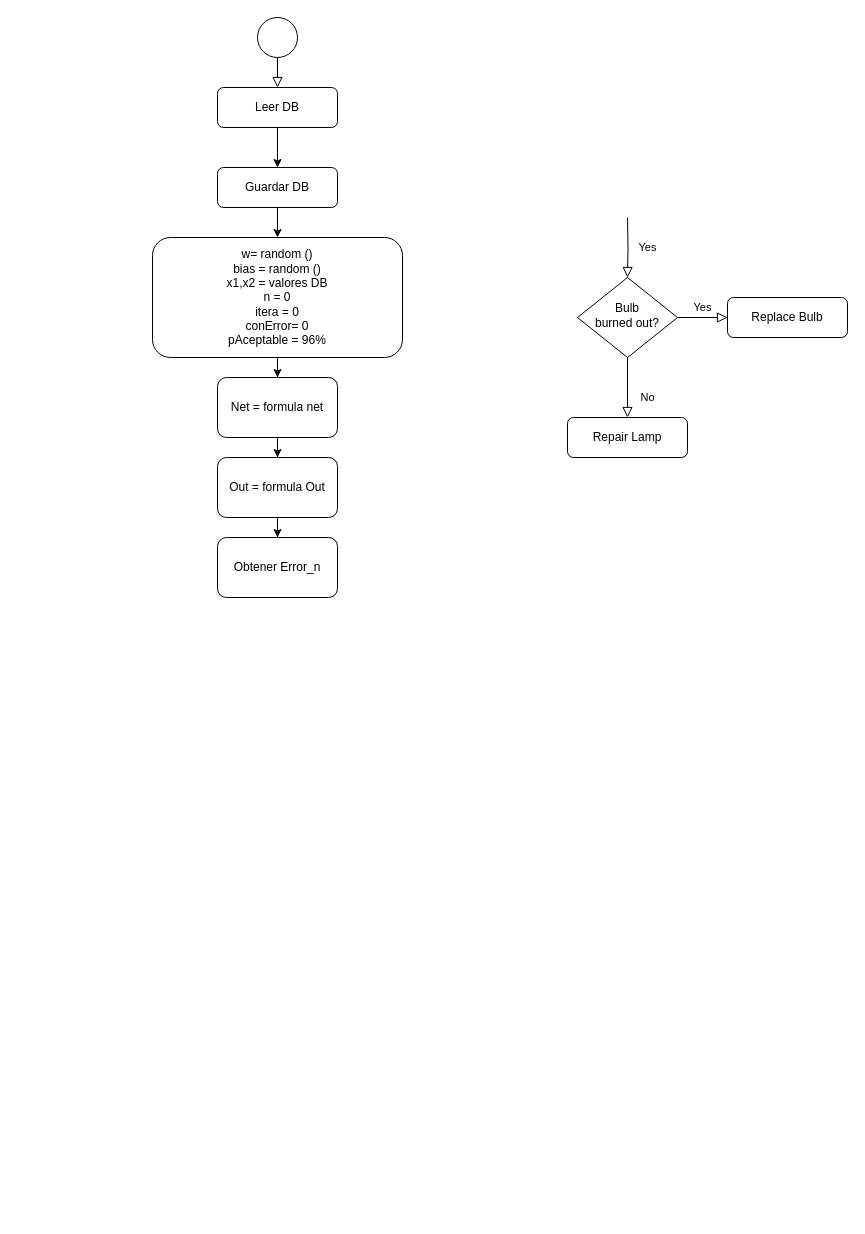
Earlier version of the draw.io diagram Perceptron.drawio (HansO46/DeepLearning). Source tidied: cells renumbered, new cells numbered last; positions are measured from the earlier drawing's top-left corner, leaving out a move shared by most shapes. Both pictures are drawn from the tidied source at 100%, with x=0, y=0 at pixel (152, 17).
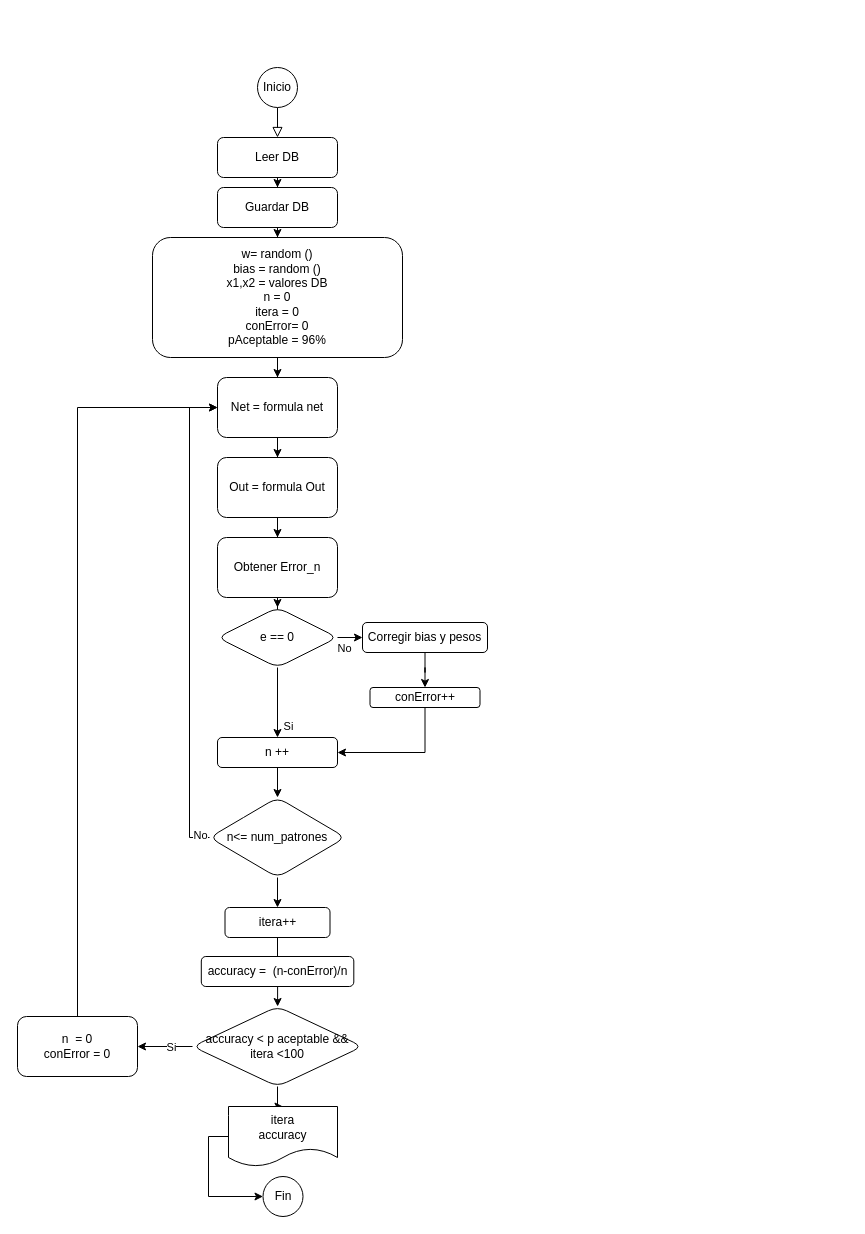
Above is the later version.

Unchanged cells that the change refers to:
```xml
<mxCell id="17" value="Net = formula net" style="whiteSpace=wrap;html=1;rounded=1;" parent="1" vertex="1">
  <mxGeometry x="65" y="360" width="120" height="60" as="geometry" />
</mxCell>
<mxCell id="20" value="Obtener Error_n" style="whiteSpace=wrap;html=1;rounded=1;" parent="1" vertex="1">
  <mxGeometry x="65" y="520" width="120" height="60" as="geometry" />
</mxCell>
```

Diff of the diagram source:
```diff
@@
-    <mxCell id="3" value="Yes" style="rounded=0;html=1;jettySize=auto;fontSize=11;endArrow=block;endFill=0;endSize=8;strokeWidth=1;shadow=0;labelBackgroundColor=none;edgeStyle=orthogonalEdgeStyle;" parent="1" edge="1" target="8">
-      <mxGeometry y="20" relative="1" as="geometry">
-        <mxPoint x="475" y="200" as="sourcePoint" />
-      </mxGeometry>
-    </mxCell>
@@
     <mxCell id="5" value="Leer DB" style="rounded=1;whiteSpace=wrap;html=1;fontSize=12;glass=0;strokeWidth=1;shadow=0;" parent="1" vertex="1">
-      <mxGeometry x="65" y="70" width="120" height="40" as="geometry" />
+      <mxGeometry x="65" y="120" width="120" height="40" as="geometry" />
     </mxCell>
-    <mxCell id="6" value="No" style="rounded=0;html=1;jettySize=auto;fontSize=11;endArrow=block;endFill=0;endSize=8;strokeWidth=1;shadow=0;labelBackgroundColor=none;edgeStyle=orthogonalEdgeStyle;" parent="1" edge="1" source="8" target="9">
-      <mxGeometry x="0.33" y="20" relative="1" as="geometry" />
-    </mxCell>
-    <mxCell id="7" value="Yes" style="edgeStyle=orthogonalEdgeStyle;rounded=0;html=1;jettySize=auto;fontSize=11;endArrow=block;endFill=0;endSize=8;strokeWidth=1;shadow=0;labelBackgroundColor=none;" parent="1" edge="1" source="8" target="10">
-      <mxGeometry y="10" relative="1" as="geometry" />
-    </mxCell>
-    <mxCell id="8" value="Bulb&lt;br&gt;burned out?" style="rhombus;whiteSpace=wrap;html=1;shadow=0;fontFamily=Helvetica;fontSize=12;align=center;strokeWidth=1;spacing=6;spacingTop=-4;" parent="1" vertex="1">
-      <mxGeometry x="425" y="260" width="100" height="80" as="geometry" />
-    </mxCell>
-    <mxCell id="9" value="Repair Lamp" style="rounded=1;whiteSpace=wrap;html=1;fontSize=12;glass=0;strokeWidth=1;shadow=0;" parent="1" vertex="1">
-      <mxGeometry x="415" y="400" width="120" height="40" as="geometry" />
-    </mxCell>
-    <mxCell id="10" value="Replace Bulb" style="rounded=1;whiteSpace=wrap;html=1;fontSize=12;glass=0;strokeWidth=1;shadow=0;" parent="1" vertex="1">
-      <mxGeometry x="575" y="280" width="120" height="40" as="geometry" />
-    </mxCell>
-    <mxCell id="11" style="ellipse;whiteSpace=wrap;html=1;" parent="1" vertex="1">
-      <mxGeometry x="105" width="40" height="40" as="geometry" />
+    <mxCell id="11" value="Inicio" style="ellipse;whiteSpace=wrap;html=1;" parent="1" vertex="1">
+      <mxGeometry x="105" y="50" width="40" height="40" as="geometry" />
     </mxCell>
@@
     <mxCell id="13" value="Guardar DB" style="rounded=1;whiteSpace=wrap;html=1;" parent="1" vertex="1">
-      <mxGeometry x="65" y="150" width="120" height="40" as="geometry" />
+      <mxGeometry x="65" y="170" width="120" height="40" as="geometry" />
     </mxCell>
@@
+    <mxCell id="21" style="edgeStyle=orthogonalEdgeStyle;rounded=0;jettySize=auto;html=1;" parent="1" edge="1" source="20" target="26">
+      <mxGeometry relative="1" as="geometry" />
+    </mxCell>
@@
+    <mxCell id="22" style="edgeStyle=orthogonalEdgeStyle;rounded=0;jettySize=auto;html=1;" parent="1" edge="1" source="26" target="28">
+      <mxGeometry relative="1" as="geometry" />
+    </mxCell>
+    <mxCell id="23" value="Si" style="edgeLabel;html=1;align=center;verticalAlign=middle;" parent="22" vertex="1">
+      <mxGeometry x="0.57" y="2" relative="1" as="geometry">
+        <mxPoint x="8" y="3" as="offset" />
+      </mxGeometry>
+    </mxCell>
+    <mxCell id="24" style="edgeStyle=orthogonalEdgeStyle;rounded=0;jettySize=auto;html=1;" parent="1" edge="1" source="26" target="34">
+      <mxGeometry relative="1" as="geometry" />
+    </mxCell>
+    <mxCell id="25" value="No" style="edgeLabel;html=1;align=center;verticalAlign=middle;" parent="24" vertex="1">
+      <mxGeometry x="-0.76" y="1" relative="1" as="geometry">
+        <mxPoint x="-1" y="11" as="offset" />
+      </mxGeometry>
+    </mxCell>
+    <mxCell id="26" value="e == 0" style="rhombus;whiteSpace=wrap;html=1;rounded=1;" parent="1" vertex="1">
+      <mxGeometry x="65" y="590" width="120" height="60" as="geometry" />
+    </mxCell>
+    <mxCell id="27" style="edgeStyle=orthogonalEdgeStyle;rounded=0;jettySize=auto;html=1;" parent="1" edge="1" source="28" target="32">
+      <mxGeometry relative="1" as="geometry" />
+    </mxCell>
+    <mxCell id="28" value="n ++" style="whiteSpace=wrap;html=1;rounded=1;" parent="1" vertex="1">
+      <mxGeometry x="65" y="720" width="120" height="30" as="geometry" />
+    </mxCell>
+    <mxCell id="29" style="edgeStyle=orthogonalEdgeStyle;rounded=0;jettySize=auto;html=1;exitX=0;exitY=0.5;exitDx=0;exitDy=0;entryX=0;entryY=0.5;entryDx=0;entryDy=0;" parent="1" edge="1" source="32" target="17">
+      <mxGeometry relative="1" as="geometry" />
+    </mxCell>
+    <mxCell id="30" value="No" style="edgeLabel;html=1;align=center;verticalAlign=middle;" parent="29" vertex="1">
+      <mxGeometry x="-0.96" y="-3" relative="1" as="geometry" />
+    </mxCell>
+    <mxCell id="31" style="edgeStyle=orthogonalEdgeStyle;rounded=0;jettySize=auto;html=1;" parent="1" edge="1" source="32" target="38">
+      <mxGeometry relative="1" as="geometry" />
+    </mxCell>
+    <mxCell id="32" value="n&amp;lt;= num_patrones" style="rhombus;whiteSpace=wrap;html=1;rounded=1;" parent="1" vertex="1">
+      <mxGeometry x="57" y="780" width="136" height="80" as="geometry" />
+    </mxCell>
+    <mxCell id="33" style="edgeStyle=orthogonalEdgeStyle;rounded=0;jettySize=auto;html=1;" parent="1" edge="1" source="34" target="36">
+      <mxGeometry relative="1" as="geometry" />
+    </mxCell>
+    <mxCell id="34" value="Corregir bias y pesos" style="whiteSpace=wrap;html=1;rounded=1;" parent="1" vertex="1">
+      <mxGeometry x="210" y="605" width="125" height="30" as="geometry" />
+    </mxCell>
+    <mxCell id="35" style="edgeStyle=orthogonalEdgeStyle;rounded=0;jettySize=auto;html=1;exitX=0.5;exitY=1;exitDx=0;exitDy=0;entryX=1;entryY=0.5;entryDx=0;entryDy=0;" parent="1" edge="1" source="36" target="28">
+      <mxGeometry relative="1" as="geometry" />
+    </mxCell>
+    <mxCell id="36" value="conError++" style="whiteSpace=wrap;html=1;rounded=1;" parent="1" vertex="1">
+      <mxGeometry x="217.5" y="670" width="110" height="20" as="geometry" />
+    </mxCell>
+    <mxCell id="37" style="edgeStyle=orthogonalEdgeStyle;rounded=0;jettySize=auto;html=1;" parent="1" edge="1" source="38" target="40">
+      <mxGeometry relative="1" as="geometry" />
+    </mxCell>
+    <mxCell id="38" value="itera++" style="whiteSpace=wrap;html=1;rounded=1;" parent="1" vertex="1">
+      <mxGeometry x="72.5" y="890" width="105" height="30" as="geometry" />
+    </mxCell>
+    <mxCell id="39" style="edgeStyle=orthogonalEdgeStyle;rounded=0;jettySize=auto;html=1;" parent="1" edge="1" source="40" target="44">
+      <mxGeometry relative="1" as="geometry" />
+    </mxCell>
+    <mxCell id="40" value="accuracy =&amp;nbsp; (n-conError)/n" style="whiteSpace=wrap;html=1;rounded=1;" parent="1" vertex="1">
+      <mxGeometry x="48.8" y="939" width="152.5" height="30" as="geometry" />
+    </mxCell>
+    <mxCell id="41" style="edgeStyle=orthogonalEdgeStyle;rounded=0;jettySize=auto;html=1;" parent="1" edge="1" source="44" target="46">
+      <mxGeometry relative="1" as="geometry" />
+    </mxCell>
+    <mxCell id="42" value="Si" style="edgeLabel;html=1;align=center;verticalAlign=middle;" parent="41" vertex="1">
+      <mxGeometry x="-0.18" y="-1" relative="1" as="geometry">
+        <mxPoint x="1" y="1" as="offset" />
+      </mxGeometry>
+    </mxCell>
+    <mxCell id="43" style="edgeStyle=orthogonalEdgeStyle;rounded=0;jettySize=auto;html=1;exitX=0.5;exitY=1;exitDx=0;exitDy=0;" parent="1" edge="1" source="44" target="48">
+      <mxGeometry relative="1" as="geometry" />
+    </mxCell>
+    <mxCell id="44" value="accuracy &amp;lt; p aceptable &amp;amp;&amp;amp; itera &amp;lt;100" style="rhombus;whiteSpace=wrap;html=1;rounded=1;" parent="1" vertex="1">
+      <mxGeometry x="40" y="989" width="170" height="80" as="geometry" />
+    </mxCell>
+    <mxCell id="45" style="edgeStyle=orthogonalEdgeStyle;rounded=0;jettySize=auto;html=1;exitX=0.5;exitY=0;exitDx=0;exitDy=0;entryX=0;entryY=0.5;entryDx=0;entryDy=0;" parent="1" edge="1" source="46" target="17">
+      <mxGeometry relative="1" as="geometry" />
+    </mxCell>
+    <mxCell id="46" value="n&amp;nbsp; = 0&lt;br&gt;conError = 0" style="whiteSpace=wrap;html=1;rounded=1;" parent="1" vertex="1">
+      <mxGeometry x="-135" y="999" width="120" height="60" as="geometry" />
+    </mxCell>
+    <mxCell id="47" style="edgeStyle=orthogonalEdgeStyle;rounded=0;jettySize=auto;html=1;exitX=0;exitY=0.5;exitDx=0;exitDy=0;entryX=0;entryY=0.5;entryDx=0;entryDy=0;" parent="1" edge="1" source="48" target="49">
+      <mxGeometry relative="1" as="geometry" />
+    </mxCell>
+    <mxCell id="48" value="itera&lt;br&gt;accuracy" style="shape=document;whiteSpace=wrap;html=1;boundedLbl=1;" parent="1" vertex="1">
+      <mxGeometry x="76" y="1089" width="109" height="60" as="geometry" />
+    </mxCell>
+    <mxCell id="49" value="Fin" style="ellipse;whiteSpace=wrap;html=1;" parent="1" vertex="1">
+      <mxGeometry x="110.5" y="1159" width="40" height="40" as="geometry" />
+    </mxCell>
```
